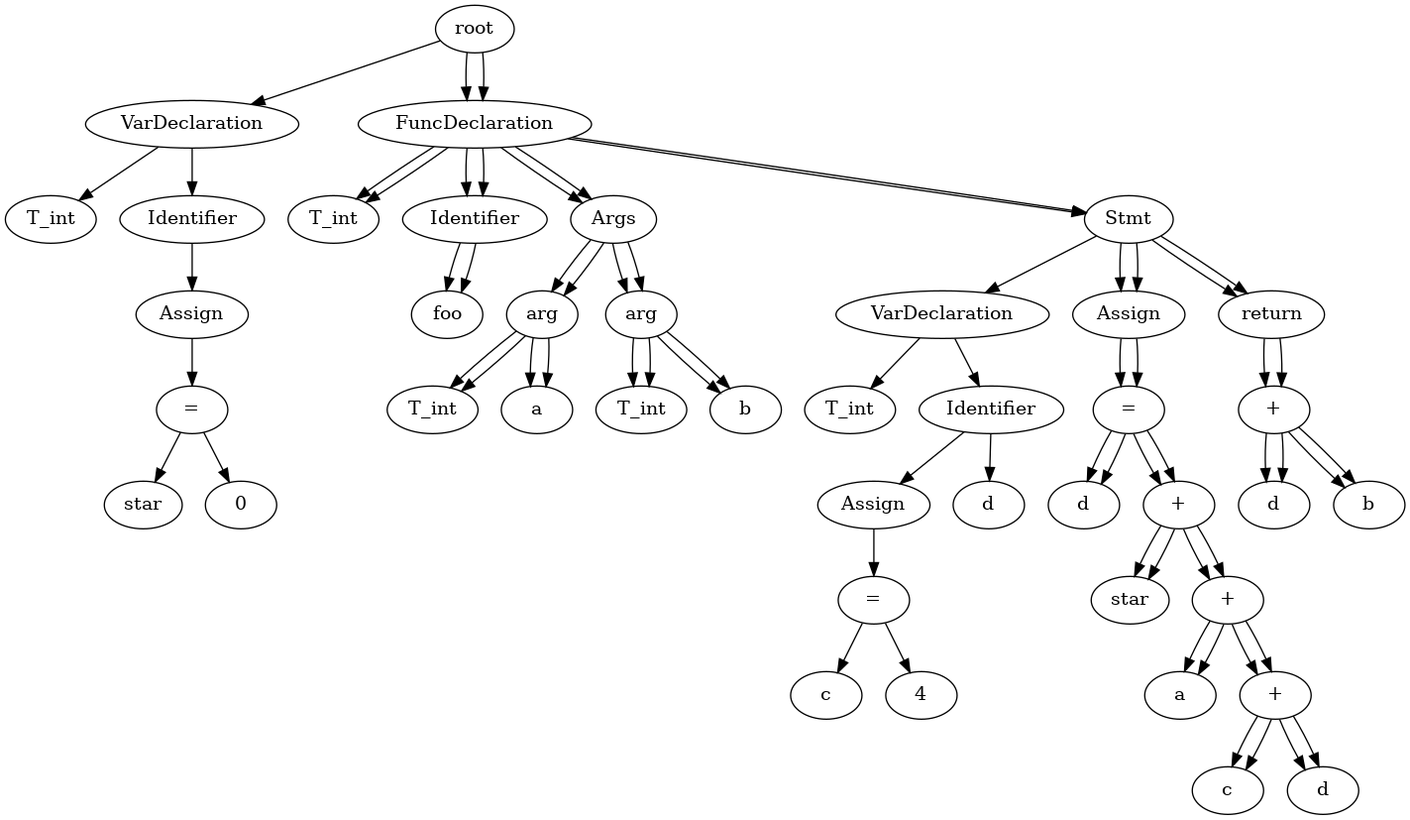
Above: test.gv.png in Jstar49/starCC (Graphviz), before the change. Its source is kept beside it as test.gv.
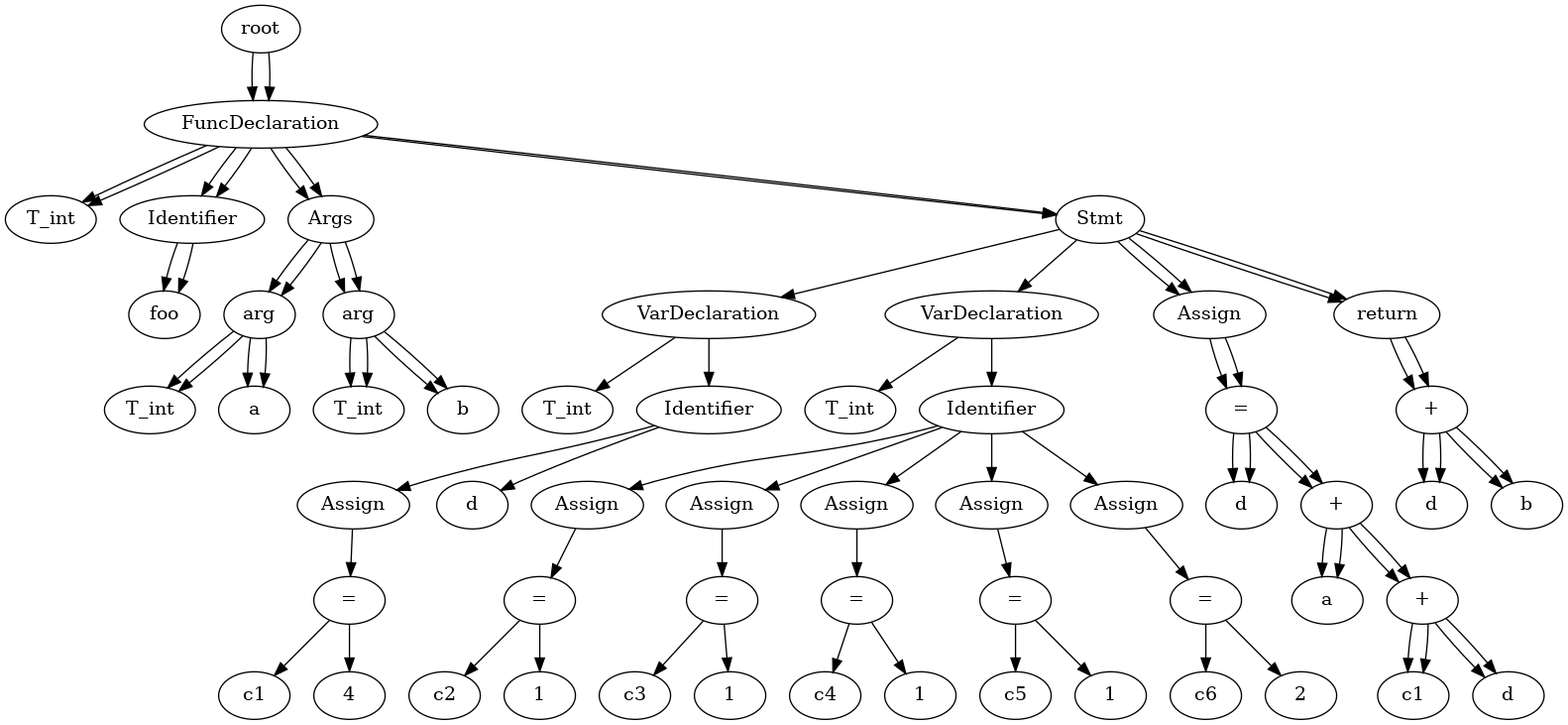
Later version of the same file.

Diff of the diagram source:
```diff
@@ -1,138 +1,162 @@
 digraph {
 	None [label=root]
-	0 [label=VarDeclaration]
+	0 [label=FuncDeclaration]
 	None -> 0
 	1 [label=T_int]
 	0 -> 1
 	2 [label=Identifier]
 	0 -> 2
-	3 [label=Assign]
+	3 [label=foo]
 	2 -> 3
-	5 [label="="]
-	3 -> 5
-	4 [label=star]
-	5 -> 4
-	6 [label=0]
+	4 [label=Args]
+	0 -> 4
+	5 [label=arg]
+	4 -> 5
+	6 [label=T_int]
 	5 -> 6
-	7 [label=FuncDeclaration]
-	None -> 7
-	8 [label=T_int]
-	7 -> 8
-	9 [label=Identifier]
-	7 -> 9
-	10 [label=foo]
-	9 -> 10
-	11 [label=Args]
-	7 -> 11
-	12 [label=arg]
+	7 [label=a]
+	5 -> 7
+	8 [label=arg]
+	4 -> 8
+	9 [label=T_int]
+	8 -> 9
+	10 [label=b]
+	8 -> 10
+	11 [label=Stmt]
+	0 -> 11
+	12 [label=VarDeclaration]
 	11 -> 12
 	13 [label=T_int]
 	12 -> 13
-	14 [label=a]
+	14 [label=Identifier]
 	12 -> 14
-	15 [label=arg]
-	11 -> 15
-	16 [label=T_int]
-	15 -> 16
-	17 [label=b]
+	15 [label=Assign]
+	14 -> 15
+	17 [label="="]
 	15 -> 17
-	18 [label=Stmt]
-	7 -> 18
-	19 [label=VarDeclaration]
-	18 -> 19
-	20 [label=T_int]
-	19 -> 20
-	21 [label=Identifier]
-	19 -> 21
-	22 [label=Assign]
-	21 -> 22
-	24 [label="="]
-	22 -> 24
-	23 [label=c]
-	24 -> 23
-	25 [label=4]
-	24 -> 25
-	26 [label=d]
-	21 -> 26
+	16 [label=c1]
+	17 -> 16
+	18 [label=4]
+	17 -> 18
+	19 [label=d]
+	14 -> 19
+	20 [label=VarDeclaration]
+	11 -> 20
+	21 [label=T_int]
+	20 -> 21
+	22 [label=Identifier]
+	20 -> 22
+	23 [label=Assign]
+	22 -> 23
+	25 [label="="]
+	23 -> 25
+	24 [label=c2]
+	25 -> 24
+	26 [label=1]
+	25 -> 26
 	27 [label=Assign]
-	18 -> 27
+	22 -> 27
 	29 [label="="]
 	27 -> 29
-	28 [label=d]
+	28 [label=c3]
 	29 -> 28
-	31 [label="+"]
-	29 -> 31
-	30 [label=star]
-	31 -> 30
-	33 [label="+"]
+	30 [label=1]
+	29 -> 30
+	31 [label=Assign]
+	22 -> 31
+	33 [label="="]
 	31 -> 33
-	32 [label=a]
+	32 [label=c4]
 	33 -> 32
-	35 [label="+"]
-	33 -> 35
-	34 [label=c]
-	35 -> 34
-	36 [label=d]
-	35 -> 36
-	37 [label=return]
-	18 -> 37
-	39 [label="+"]
-	37 -> 39
-	38 [label=d]
-	39 -> 38
-	40 [label=b]
-	39 -> 40
+	34 [label=1]
+	33 -> 34
+	35 [label=Assign]
+	22 -> 35
+	37 [label="="]
+	35 -> 37
+	36 [label=c5]
+	37 -> 36
+	38 [label=1]
+	37 -> 38
+	39 [label=Assign]
+	22 -> 39
+	41 [label="="]
+	39 -> 41
+	40 [label=c6]
+	41 -> 40
+	42 [label=2]
+	41 -> 42
+	43 [label=Assign]
+	11 -> 43
+	45 [label="="]
+	43 -> 45
+	44 [label=d]
+	45 -> 44
+	47 [label="+"]
+	45 -> 47
+	46 [label=a]
+	47 -> 46
+	49 [label="+"]
+	47 -> 49
+	48 [label=c1]
+	49 -> 48
+	50 [label=d]
+	49 -> 50
+	51 [label=return]
+	11 -> 51
+	53 [label="+"]
+	51 -> 53
+	52 [label=d]
+	53 -> 52
+	54 [label=b]
+	53 -> 54
 	None [label=root]
-	7 [label=FuncDeclaration]
-	None -> 7
-	8 [label=T_int]
-	7 -> 8
-	9 [label=Identifier]
-	7 -> 9
-	10 [label=foo]
-	9 -> 10
-	11 [label=Args]
-	7 -> 11
-	12 [label=arg]
-	11 -> 12
-	13 [label=T_int]
-	12 -> 13
-	14 [label=a]
-	12 -> 14
-	15 [label=arg]
-	11 -> 15
-	16 [label=T_int]
-	15 -> 16
-	17 [label=b]
-	15 -> 17
-	18 [label=Stmt]
-	7 -> 18
-	27 [label=Assign]
-	18 -> 27
-	29 [label="="]
-	27 -> 29
-	28 [label=d]
-	29 -> 28
-	31 [label="+"]
-	29 -> 31
-	30 [label=star]
-	31 -> 30
-	33 [label="+"]
-	31 -> 33
-	32 [label=a]
-	33 -> 32
-	35 [label="+"]
-	33 -> 35
-	34 [label=c]
-	35 -> 34
-	36 [label=d]
-	35 -> 36
-	37 [label=return]
-	18 -> 37
-	39 [label="+"]
-	37 -> 39
-	38 [label=d]
-	39 -> 38
-	40 [label=b]
-	39 -> 40
+	0 [label=FuncDeclaration]
+	None -> 0
+	1 [label=T_int]
+	0 -> 1
+	2 [label=Identifier]
+	0 -> 2
+	3 [label=foo]
+	2 -> 3
+	4 [label=Args]
+	0 -> 4
+	5 [label=arg]
+	4 -> 5
+	6 [label=T_int]
+	5 -> 6
+	7 [label=a]
+	5 -> 7
+	8 [label=arg]
+	4 -> 8
+	9 [label=T_int]
+	8 -> 9
+	10 [label=b]
+	8 -> 10
+	11 [label=Stmt]
+	0 -> 11
+	43 [label=Assign]
+	11 -> 43
+	45 [label="="]
+	43 -> 45
+	44 [label=d]
+	45 -> 44
+	47 [label="+"]
+	45 -> 47
+	46 [label=a]
+	47 -> 46
+	49 [label="+"]
+	47 -> 49
+	48 [label=c1]
+	49 -> 48
+	50 [label=d]
+	49 -> 50
+	51 [label=return]
+	11 -> 51
+	53 [label="+"]
+	51 -> 53
+	52 [label=d]
+	53 -> 52
+	54 [label=b]
+	53 -> 54
 }
```
